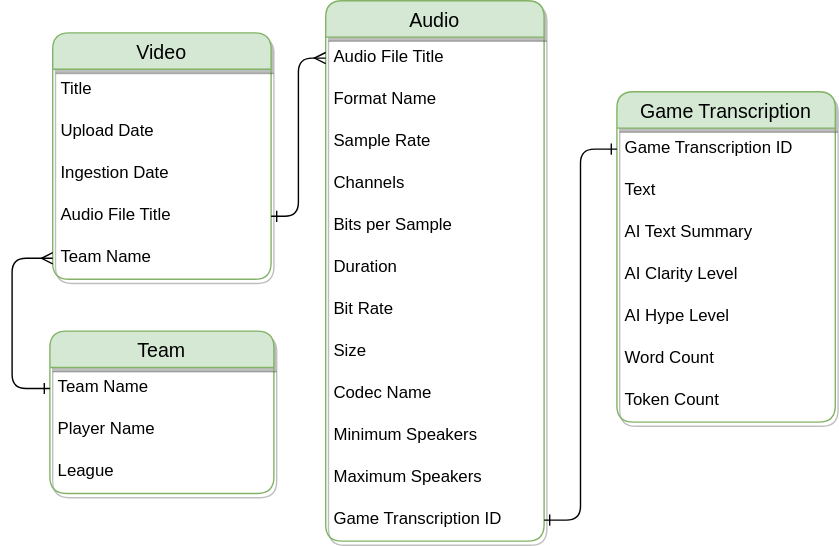
This is project_info/conceptial_model.svg from divakaivan/lolesports-voice-analytics, a draw.io export, as it was before one commit. Source tidied: cells renumbered, new cells last; positions are measured from the earlier drawing's top-left corner, leaving out a move shared by most shapes.
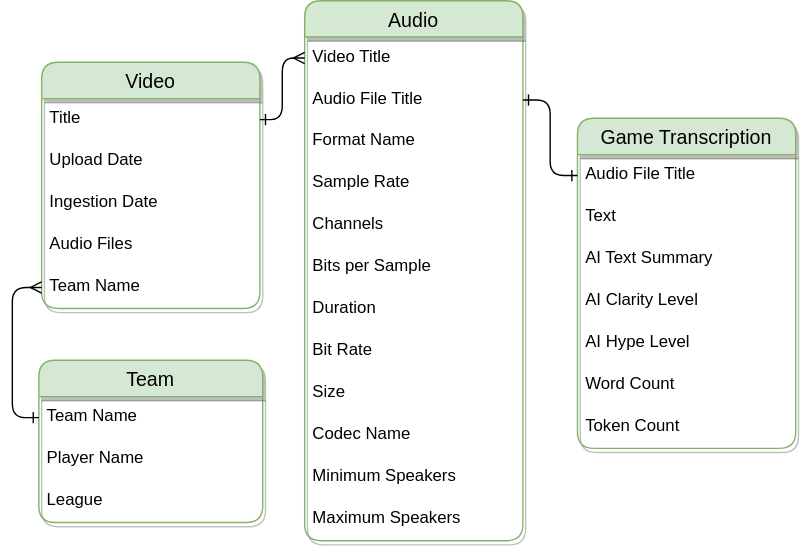
Later version of the same file.

Diff of the diagram source:
```diff
@@ -3,7 +3,7 @@
     <mxCell id="0" />
     <mxCell id="1" parent="0" />
     <mxCell id="2" value="Team" style="swimlane;fontStyle=0;horizontal=1;startSize=26;align=center;fontSize=14;rounded=1;shadow=1;fillColor=#d5e8d4;strokeColor=#82b366;" parent="1" vertex="1">
-      <mxGeometry x="27" y="236" width="160" height="116" as="geometry" />
+      <mxGeometry x="34" y="257" width="160" height="116" as="geometry" />
     </mxCell>
     <mxCell id="3" value="Team Name" style="text;strokeColor=none;fillColor=none;spacingLeft=4;spacingRight=4;overflow=hidden;points=[[0,0.5],[1,0.5]];portConstraint=eastwest;fontSize=12;" parent="2" vertex="1">
       <mxGeometry y="26" width="160" height="30" as="geometry" />
@@ -15,7 +15,7 @@
       <mxGeometry y="86" width="160" height="30" as="geometry" />
     </mxCell>
     <mxCell id="6" value="Video" style="swimlane;fontStyle=0;horizontal=1;startSize=26;align=center;fontSize=14;rounded=1;shadow=1;verticalAlign=middle;fillColor=#d5e8d4;strokeColor=#82b366;" parent="1" vertex="1">
-      <mxGeometry x="29" y="23" width="156" height="176" as="geometry" />
+      <mxGeometry x="36" y="44" width="156" height="176" as="geometry" />
     </mxCell>
     <mxCell id="7" value="Title" style="text;strokeColor=none;fillColor=none;spacingLeft=4;spacingRight=4;overflow=hidden;points=[[0,0.5],[1,0.5]];portConstraint=eastwest;fontSize=12;" parent="6" vertex="1">
       <mxGeometry y="26" width="156" height="30" as="geometry" />
@@ -26,7 +26,7 @@
     <mxCell id="9" value="Ingestion Date" style="text;strokeColor=none;fillColor=none;spacingLeft=4;spacingRight=4;overflow=hidden;fontSize=12;" parent="6" vertex="1">
       <mxGeometry y="86" width="156" height="30" as="geometry" />
     </mxCell>
-    <mxCell id="10" value="Audio File Title" style="text;strokeColor=none;fillColor=none;spacingLeft=4;spacingRight=4;overflow=hidden;points=[[0,0.5],[1,0.5]];portConstraint=eastwest;fontSize=12;" parent="6" vertex="1">
+    <mxCell id="10" value="Audio Files" style="text;strokeColor=none;fillColor=none;spacingLeft=4;spacingRight=4;overflow=hidden;points=[[0,0.5],[1,0.5]];portConstraint=eastwest;fontSize=12;" parent="6" vertex="1">
       <mxGeometry y="116" width="156" height="30" as="geometry" />
     </mxCell>
     <mxCell id="11" value="Team Name" style="text;strokeColor=none;fillColor=none;spacingLeft=4;spacingRight=4;overflow=hidden;points=[[0,0.5],[1,0.5]];portConstraint=eastwest;fontSize=12;" parent="6" vertex="1">
@@ -35,49 +35,49 @@
     <mxCell id="12" value="Audio" style="swimlane;fontStyle=0;horizontal=1;startSize=26;align=center;fontSize=14;rounded=1;shadow=1;verticalAlign=middle;fillColor=#d5e8d4;strokeColor=#82b366;" parent="1" vertex="1">
       <mxGeometry x="224" width="156" height="386" as="geometry" />
     </mxCell>
+    <mxCell id="36" value="Video Title" style="text;strokeColor=none;fillColor=none;spacingLeft=4;spacingRight=4;overflow=hidden;points=[[0,0.5],[1,0.5]];portConstraint=eastwest;fontSize=12;" parent="12" vertex="1">
+      <mxGeometry y="26" width="156" height="30" as="geometry" />
+    </mxCell>
     <mxCell id="13" value="Audio File Title" style="text;strokeColor=none;fillColor=none;spacingLeft=4;spacingRight=4;overflow=hidden;points=[[0,0.5],[1,0.5]];portConstraint=eastwest;fontSize=12;" parent="12" vertex="1">
-      <mxGeometry y="26" width="156" height="30" as="geometry" />
+      <mxGeometry y="56" width="156" height="30" as="geometry" />
     </mxCell>
     <mxCell id="14" value="Format Name" style="text;strokeColor=none;fillColor=none;spacingLeft=4;spacingRight=4;overflow=hidden;fontSize=12;" parent="12" vertex="1">
-      <mxGeometry y="56" width="156" height="30" as="geometry" />
+      <mxGeometry y="86" width="156" height="30" as="geometry" />
     </mxCell>
     <mxCell id="15" value="Sample Rate" style="text;strokeColor=none;fillColor=none;spacingLeft=4;spacingRight=4;overflow=hidden;fontSize=12;" parent="12" vertex="1">
-      <mxGeometry y="86" width="156" height="30" as="geometry" />
+      <mxGeometry y="116" width="156" height="30" as="geometry" />
     </mxCell>
     <mxCell id="16" value="Channels" style="text;strokeColor=none;fillColor=none;spacingLeft=4;spacingRight=4;overflow=hidden;fontSize=12;" parent="12" vertex="1">
-      <mxGeometry y="116" width="156" height="30" as="geometry" />
+      <mxGeometry y="146" width="156" height="30" as="geometry" />
     </mxCell>
     <mxCell id="17" value="Bits per Sample" style="text;strokeColor=none;fillColor=none;spacingLeft=4;spacingRight=4;overflow=hidden;fontSize=12;" parent="12" vertex="1">
-      <mxGeometry y="146" width="156" height="30" as="geometry" />
+      <mxGeometry y="176" width="156" height="30" as="geometry" />
     </mxCell>
     <mxCell id="18" value="Duration" style="text;strokeColor=none;fillColor=none;spacingLeft=4;spacingRight=4;overflow=hidden;fontSize=12;" parent="12" vertex="1">
-      <mxGeometry y="176" width="156" height="30" as="geometry" />
+      <mxGeometry y="206" width="156" height="30" as="geometry" />
     </mxCell>
     <mxCell id="19" value="Bit Rate" style="text;strokeColor=none;fillColor=none;spacingLeft=4;spacingRight=4;overflow=hidden;fontSize=12;" parent="12" vertex="1">
-      <mxGeometry y="206" width="156" height="30" as="geometry" />
+      <mxGeometry y="236" width="156" height="30" as="geometry" />
     </mxCell>
     <mxCell id="20" value="Size" style="text;strokeColor=none;fillColor=none;spacingLeft=4;spacingRight=4;overflow=hidden;fontSize=12;" parent="12" vertex="1">
-      <mxGeometry y="236" width="156" height="30" as="geometry" />
+      <mxGeometry y="266" width="156" height="30" as="geometry" />
     </mxCell>
     <mxCell id="21" value="Codec Name" style="text;strokeColor=none;fillColor=none;spacingLeft=4;spacingRight=4;overflow=hidden;fontSize=12;" parent="12" vertex="1">
-      <mxGeometry y="266" width="156" height="30" as="geometry" />
+      <mxGeometry y="296" width="156" height="30" as="geometry" />
     </mxCell>
     <mxCell id="22" value="Minimum Speakers" style="text;strokeColor=none;fillColor=none;spacingLeft=4;spacingRight=4;overflow=hidden;fontSize=12;" parent="12" vertex="1">
-      <mxGeometry y="296" width="156" height="30" as="geometry" />
+      <mxGeometry y="326" width="156" height="30" as="geometry" />
     </mxCell>
     <mxCell id="23" value="Maximum Speakers" style="text;strokeColor=none;fillColor=none;spacingLeft=4;spacingRight=4;overflow=hidden;fontSize=12;" parent="12" vertex="1">
-      <mxGeometry y="326" width="156" height="30" as="geometry" />
+      <mxGeometry y="356" width="156" height="30" as="geometry" />
     </mxCell>
-    <mxCell id="24" value="Game Transcription ID" style="text;strokeColor=none;fillColor=none;spacingLeft=4;spacingRight=4;overflow=hidden;points=[[0,0.5],[1,0.5]];portConstraint=eastwest;fontSize=12;" parent="12" vertex="1">
-      <mxGeometry y="356" width="156" height="30" as="geometry" />
-    </mxCell>
-    <mxCell id="25" style="edgeStyle=orthogonalEdgeStyle;html=1;entryX=0;entryY=0.5;entryDx=0;entryDy=0;startArrow=ERone;startFill=0;endArrow=ERmany;endFill=0;rounded=1;strokeWidth=1;" parent="1" edge="1" source="10" target="13">
+    <mxCell id="25" style="edgeStyle=orthogonalEdgeStyle;html=1;entryX=0;entryY=0.5;entryDx=0;entryDy=0;startArrow=ERone;startFill=0;endArrow=ERmany;endFill=0;rounded=1;strokeWidth=1;exitX=1;exitY=0.5;exitDx=0;exitDy=0;" parent="1" edge="1" source="7" target="36">
       <mxGeometry relative="1" as="geometry" />
     </mxCell>
     <mxCell id="26" value="Game Transcription" style="swimlane;fontStyle=0;horizontal=1;startSize=26;align=center;fontSize=14;rounded=1;shadow=1;verticalAlign=middle;fillColor=#d5e8d4;strokeColor=#82b366;" parent="1" vertex="1">
-      <mxGeometry x="432" y="65" width="156" height="236" as="geometry" />
+      <mxGeometry x="419" y="84" width="156" height="236" as="geometry" />
     </mxCell>
-    <mxCell id="27" value="Game Transcription ID" style="text;strokeColor=none;fillColor=none;spacingLeft=4;spacingRight=4;overflow=hidden;points=[[0,0.5],[1,0.5]];portConstraint=eastwest;fontSize=12;" parent="26" vertex="1">
+    <mxCell id="27" value="Audio File Title" style="text;strokeColor=none;fillColor=none;spacingLeft=4;spacingRight=4;overflow=hidden;points=[[0,0.5],[1,0.5]];portConstraint=eastwest;fontSize=12;" parent="26" vertex="1">
       <mxGeometry y="26" width="156" height="30" as="geometry" />
     </mxCell>
     <mxCell id="28" value="Text" style="text;strokeColor=none;fillColor=none;spacingLeft=4;spacingRight=4;overflow=hidden;fontSize=12;" parent="26" vertex="1">
@@ -98,16 +98,16 @@
     <mxCell id="33" value="Token Count" style="text;strokeColor=none;fillColor=none;spacingLeft=4;spacingRight=4;overflow=hidden;fontSize=12;" parent="26" vertex="1">
       <mxGeometry y="206" width="156" height="30" as="geometry" />
     </mxCell>
-    <mxCell id="34" style="edgeStyle=orthogonalEdgeStyle;html=1;entryX=0;entryY=0.5;entryDx=0;entryDy=0;startArrow=ERone;startFill=0;endArrow=ERone;endFill=0;rounded=1;strokeWidth=1;" parent="1" edge="1" source="24" target="27">
+    <mxCell id="34" style="edgeStyle=orthogonalEdgeStyle;html=1;entryX=0;entryY=0.5;entryDx=0;entryDy=0;startArrow=ERone;startFill=0;endArrow=ERone;endFill=0;rounded=1;strokeWidth=1;exitX=1;exitY=0.5;exitDx=0;exitDy=0;" parent="1" edge="1" source="13" target="27">
       <mxGeometry relative="1" as="geometry" />
     </mxCell>
-    <mxCell id="35" style="edgeStyle=orthogonalEdgeStyle;html=1;entryX=0;entryY=0.5;entryDx=0;entryDy=0;startArrow=ERmany;startFill=0;endArrow=ERone;endFill=0;" parent="1" edge="1" source="11" target="3">
-      <mxGeometry relative="1" as="geometry">
-        <Array as="points">
-          <mxPoint y="184" />
-          <mxPoint y="277" />
-        </Array>
-      </mxGeometry>
-    </mxCell>
+    <mxCell id="37" style="edgeStyle=orthogonalEdgeStyle;html=1;entryX=0;entryY=0.5;entryDx=0;entryDy=0;exitX=0;exitY=0.5;exitDx=0;exitDy=0;startArrow=ERone;startFill=0;endArrow=ERmany;endFill=0;" parent="1" edge="1" source="3" target="11">
+      <mxGeometry relative="1" as="geometry">
+        <Array as="points">
+          <mxPoint x="15" y="298" />
+          <mxPoint x="15" y="205" />
+        </Array>
+      </mxGeometry>
+    </mxCell>
   </root>
 </mxGraphModel>
```
